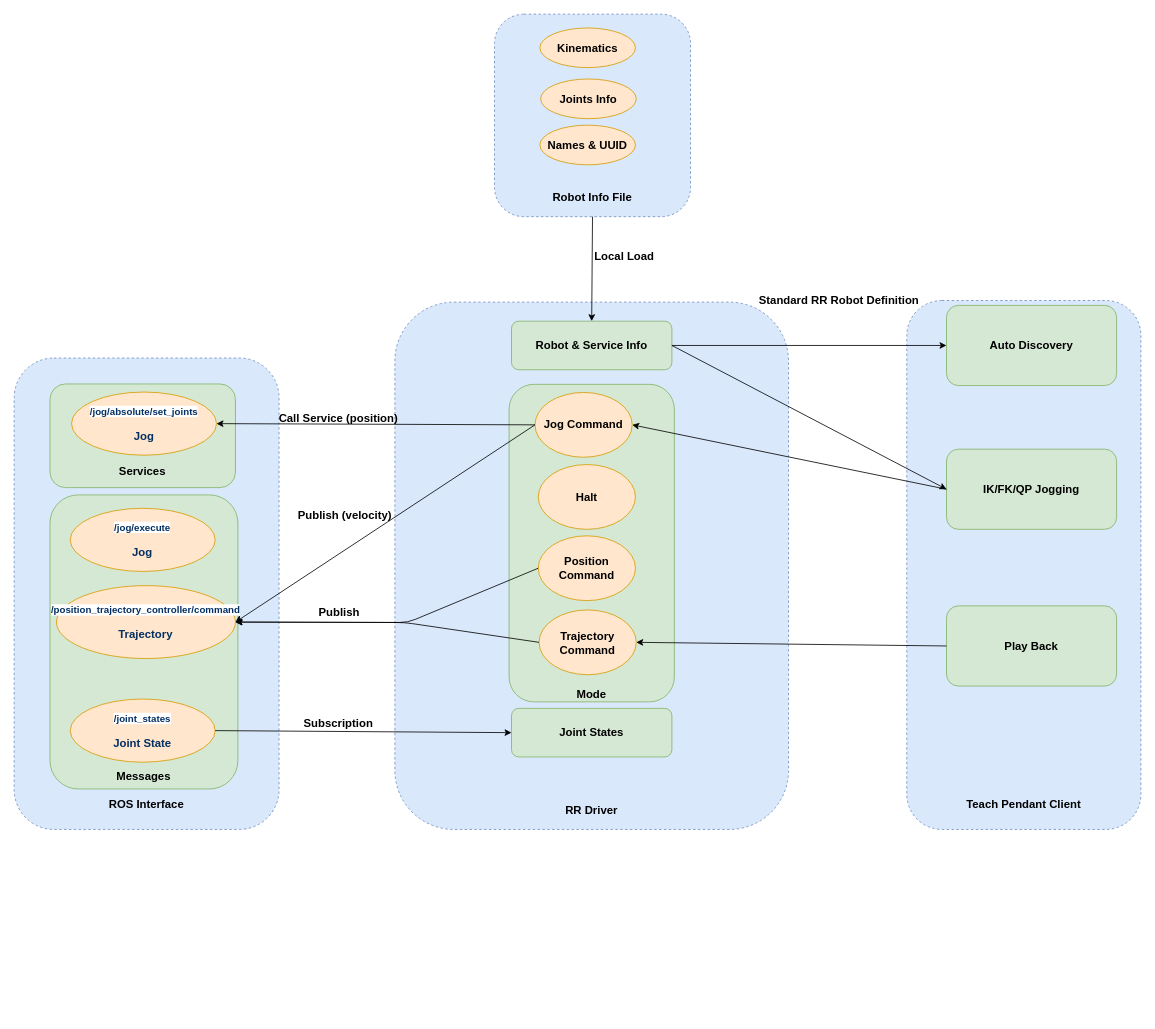
The draw.io diagram ROS_RR_bridge.drawio in hehonglu123/Tormach_RR_Driver, before the edit. Source tidied: cells renumbered, new cells numbered last; positions are measured from the earlier drawing's top-left corner, leaving out a move shared by most shapes. Both pictures are drawn from the tidied source at 81%, with x=0, y=0 at pixel (14, 14).
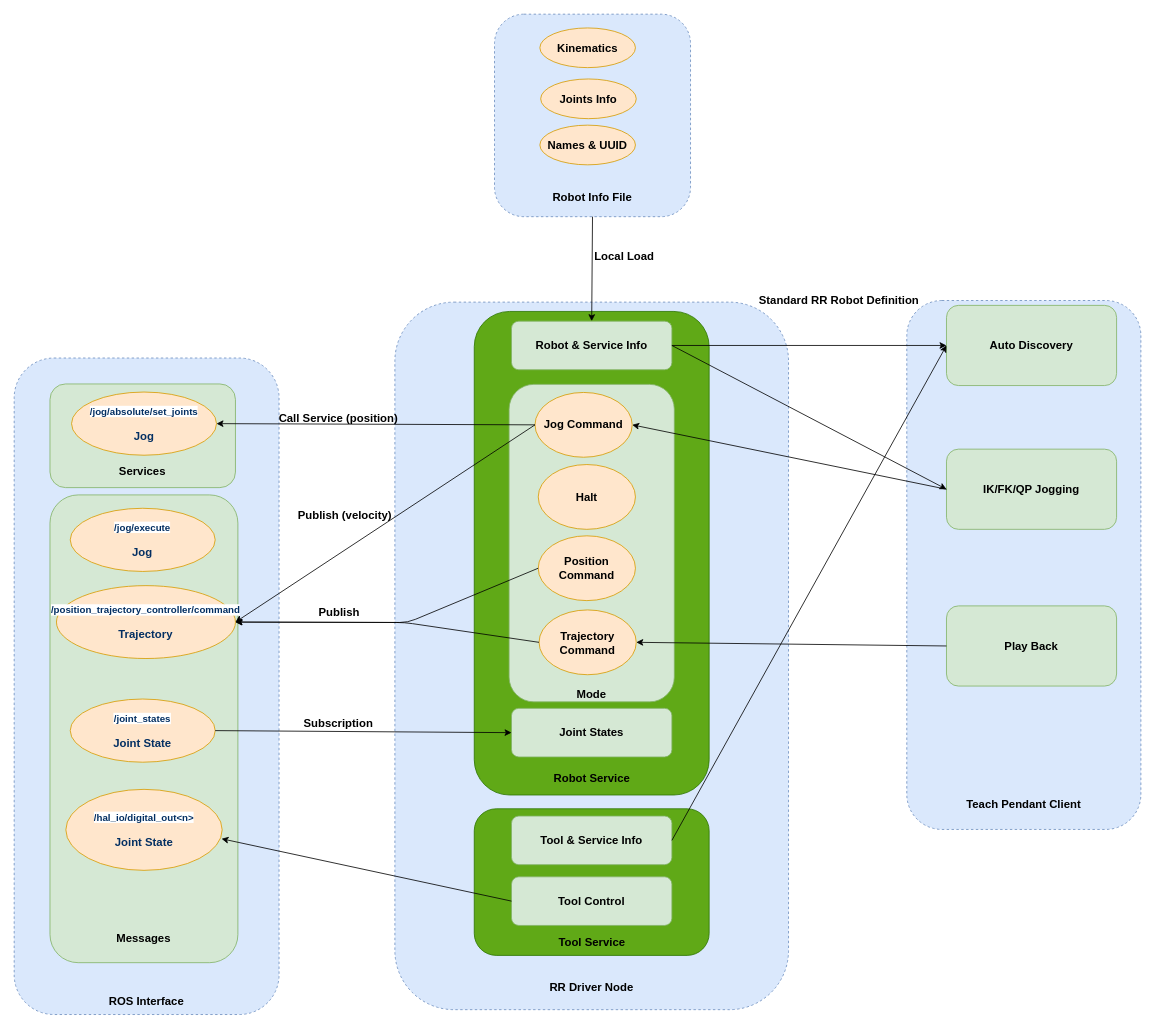
After the change.

Commit message (it also covers changes not shown here):
tool graph

The change refers to these unchanged cells:
```xml
<mxCell id="39" value="&lt;font style=&quot;font-size: 14px&quot;&gt;Auto Discovery&lt;/font&gt;" style="rounded=1;whiteSpace=wrap;html=1;fillColor=#d5e8d4;strokeColor=#82b366;fontStyle=1;" parent="1" vertex="1">
  <mxGeometry x="1151" y="359.5" width="210" height="99" as="geometry" />
</mxCell>
```

Diff of the diagram source:
```diff
@@
+    <mxCell id="12" value="&lt;br&gt;&lt;br&gt;&lt;br&gt;&lt;br&gt;&lt;br&gt;&lt;br&gt;&lt;br&gt;&lt;br&gt;&lt;br&gt;&lt;br&gt;&lt;br&gt;&lt;br&gt;&lt;br&gt;&lt;br&gt;&lt;br&gt;&lt;br&gt;&lt;br&gt;&lt;br&gt;&lt;br&gt;&lt;br&gt;&lt;br&gt;&lt;br&gt;&lt;br&gt;&lt;br&gt;&lt;br&gt;&lt;br&gt;&lt;br&gt;&lt;br&gt;&lt;br&gt;&lt;br&gt;&lt;br&gt;&lt;br&gt;&lt;br&gt;&lt;br&gt;&lt;br&gt;&lt;br&gt;&lt;br&gt;&lt;br&gt;&lt;br&gt;&lt;br&gt;&lt;br&gt;&lt;br&gt;&lt;br&gt;&lt;br&gt;&lt;br&gt;&lt;br&gt;&lt;br&gt;&lt;br&gt;&lt;br&gt;&lt;br&gt;&lt;br&gt;&lt;br&gt;&lt;br&gt;&lt;br&gt;&lt;br&gt;&lt;br&gt;&lt;br&gt;&lt;font style=&quot;font-size: 14px&quot;&gt;RR Driver Node&lt;/font&gt;" style="rounded=1;whiteSpace=wrap;html=1;dashed=1;fillColor=#dae8fc;strokeColor=#6c8ebf;fontStyle=1;" parent="1" vertex="1">
+      <mxGeometry x="470" y="355.5" width="486" height="873.5" as="geometry" />
+    </mxCell>
+    <mxCell id="41" style="rounded=1;whiteSpace=wrap;html=1;fillColor=#60a917;strokeColor=#2D7600;fontColor=#ffffff;" parent="1" vertex="1">
+      <mxGeometry x="568" y="367" width="290" height="597" as="geometry" />
+    </mxCell>
-    <mxCell id="2" value="&lt;br&gt;&lt;br&gt;&lt;br&gt;&lt;br&gt;&lt;br&gt;&lt;br&gt;&lt;br&gt;&lt;br&gt;&lt;br&gt;&lt;br&gt;&lt;br&gt;&lt;br&gt;&lt;br&gt;&lt;br&gt;&lt;br&gt;&lt;br&gt;&lt;br&gt;&lt;br&gt;&lt;br&gt;&lt;br&gt;&lt;br&gt;&lt;br&gt;&lt;br&gt;&lt;br&gt;&lt;br&gt;&lt;br&gt;&lt;br&gt;&lt;br&gt;&lt;br&gt;&lt;br&gt;&lt;br&gt;&lt;br&gt;&lt;br&gt;&lt;br&gt;&lt;br&gt;&lt;br&gt;&lt;font style=&quot;font-size: 14px&quot;&gt;ROS Interface&lt;/font&gt;" style="rounded=1;whiteSpace=wrap;html=1;dashed=1;fillColor=#dae8fc;strokeColor=#6c8ebf;fontStyle=1;" parent="1" vertex="1">
-      <mxGeometry y="424.5" width="327" height="582" as="geometry" />
+    <mxCell id="2" value="&lt;br&gt;&lt;br&gt;&lt;br&gt;&lt;br&gt;&lt;br&gt;&lt;br&gt;&lt;br&gt;&lt;br&gt;&lt;br&gt;&lt;br&gt;&lt;br&gt;&lt;br&gt;&lt;br&gt;&lt;br&gt;&lt;br&gt;&lt;br&gt;&lt;br&gt;&lt;br&gt;&lt;br&gt;&lt;br&gt;&lt;br&gt;&lt;br&gt;&lt;br&gt;&lt;br&gt;&lt;br&gt;&lt;br&gt;&lt;br&gt;&lt;br&gt;&lt;br&gt;&lt;br&gt;&lt;br&gt;&lt;br&gt;&lt;br&gt;&lt;br&gt;&lt;br&gt;&lt;br&gt;&lt;br&gt;&lt;br&gt;&lt;br&gt;&lt;br&gt;&lt;br&gt;&lt;br&gt;&lt;br&gt;&lt;br&gt;&lt;br&gt;&lt;br&gt;&lt;br&gt;&lt;br&gt;&lt;br&gt;&lt;br&gt;&lt;br&gt;&lt;br&gt;&lt;br&gt;&lt;br&gt;&lt;font style=&quot;font-size: 14px&quot;&gt;ROS Interface&lt;/font&gt;" style="rounded=1;whiteSpace=wrap;html=1;dashed=1;fillColor=#dae8fc;strokeColor=#6c8ebf;fontStyle=1;" parent="1" vertex="1">
+      <mxGeometry y="424.5" width="327" height="810.5" as="geometry" />
     </mxCell>
@@
-    <mxCell id="4" value="&lt;br&gt;&lt;br&gt;&lt;br&gt;&lt;br&gt;&lt;br&gt;&lt;br&gt;&lt;br&gt;&lt;br&gt;&lt;br&gt;&lt;br&gt;&lt;br&gt;&lt;br&gt;&lt;br&gt;&lt;br&gt;&lt;br&gt;&lt;br&gt;&lt;br&gt;&lt;br&gt;&lt;br&gt;&lt;br&gt;&lt;br&gt;&lt;br&gt;&lt;br&gt;&lt;font style=&quot;font-size: 14px&quot;&gt;Messages&lt;/font&gt;" style="rounded=1;whiteSpace=wrap;html=1;fillColor=#d5e8d4;strokeColor=#82b366;fontStyle=1;" parent="1" vertex="1">
-      <mxGeometry x="44.2" y="593.5" width="232" height="363" as="geometry" />
+    <mxCell id="4" value="&lt;br&gt;&lt;br&gt;&lt;br&gt;&lt;br&gt;&lt;br&gt;&lt;br&gt;&lt;br&gt;&lt;br&gt;&lt;br&gt;&lt;br&gt;&lt;br&gt;&lt;br&gt;&lt;br&gt;&lt;br&gt;&lt;br&gt;&lt;br&gt;&lt;br&gt;&lt;br&gt;&lt;br&gt;&lt;br&gt;&lt;br&gt;&lt;br&gt;&lt;br&gt;&lt;br&gt;&lt;br&gt;&lt;br&gt;&lt;br&gt;&lt;br&gt;&lt;br&gt;&lt;br&gt;&lt;br&gt;&lt;br&gt;&lt;br&gt;&lt;br&gt;&lt;br&gt;&lt;br&gt;&lt;font style=&quot;font-size: 14px&quot;&gt;Messages&lt;/font&gt;" style="rounded=1;whiteSpace=wrap;html=1;fillColor=#d5e8d4;strokeColor=#82b366;fontStyle=1;" parent="1" vertex="1">
+      <mxGeometry x="44.2" y="593.5" width="232" height="577.5" as="geometry" />
     </mxCell>
@@
-    <mxCell id="12" value="&lt;br&gt;&lt;br&gt;&lt;br&gt;&lt;br&gt;&lt;br&gt;&lt;br&gt;&lt;br&gt;&lt;br&gt;&lt;br&gt;&lt;br&gt;&lt;br&gt;&lt;br&gt;&lt;br&gt;&lt;br&gt;&lt;br&gt;&lt;br&gt;&lt;br&gt;&lt;br&gt;&lt;br&gt;&lt;br&gt;&lt;br&gt;&lt;br&gt;&lt;br&gt;&lt;br&gt;&lt;br&gt;&lt;br&gt;&lt;br&gt;&lt;br&gt;&lt;br&gt;&lt;br&gt;&lt;br&gt;&lt;br&gt;&lt;br&gt;&lt;br&gt;&lt;br&gt;&lt;br&gt;&lt;br&gt;&lt;br&gt;&lt;br&gt;&lt;br&gt;&lt;br&gt;&lt;br&gt;&lt;font style=&quot;font-size: 14px&quot;&gt;RR Driver&lt;/font&gt;" style="rounded=1;whiteSpace=wrap;html=1;dashed=1;fillColor=#dae8fc;strokeColor=#6c8ebf;fontStyle=1;" parent="1" vertex="1">
-      <mxGeometry x="470" y="355.5" width="486" height="651" as="geometry" />
-    </mxCell>
@@
+    <mxCell id="42" value="&lt;b&gt;&lt;font style=&quot;font-size: 14px&quot;&gt;Robot Service&lt;/font&gt;&lt;/b&gt;" style="text;html=1;strokeColor=none;fillColor=none;align=center;verticalAlign=middle;whiteSpace=wrap;rounded=0;" parent="1" vertex="1">
+      <mxGeometry x="661.5" y="933" width="103" height="20" as="geometry" />
+    </mxCell>
+    <mxCell id="43" style="rounded=1;whiteSpace=wrap;html=1;fillColor=#60a917;strokeColor=#2D7600;fontColor=#ffffff;" parent="1" vertex="1">
+      <mxGeometry x="568" y="981" width="290" height="181" as="geometry" />
+    </mxCell>
+    <mxCell id="44" value="&lt;font style=&quot;font-size: 14px&quot;&gt;Tool &amp;amp; Service Info&lt;/font&gt;" style="rounded=1;whiteSpace=wrap;html=1;fillColor=#d5e8d4;strokeColor=#82b366;fontStyle=1;" parent="1" vertex="1">
+      <mxGeometry x="614" y="990" width="198" height="60" as="geometry" />
+    </mxCell>
+    <mxCell id="45" value="&lt;font style=&quot;font-size: 14px&quot;&gt;Tool Control&lt;/font&gt;" style="rounded=1;whiteSpace=wrap;html=1;fillColor=#d5e8d4;strokeColor=#82b366;fontStyle=1;" parent="1" vertex="1">
+      <mxGeometry x="614" y="1065" width="198" height="60" as="geometry" />
+    </mxCell>
+    <mxCell id="46" value="&lt;b&gt;&lt;font style=&quot;font-size: 14px&quot;&gt;Tool Service&lt;/font&gt;&lt;/b&gt;" style="text;html=1;strokeColor=none;fillColor=none;align=center;verticalAlign=middle;whiteSpace=wrap;rounded=0;" parent="1" vertex="1">
+      <mxGeometry x="661.5" y="1136" width="103" height="20" as="geometry" />
+    </mxCell>
+    <mxCell id="47" value="&lt;span style=&quot;font-weight: 700 ; color: rgb(3 , 47 , 98) ; background-color: rgb(255 , 255 , 255)&quot;&gt;/&lt;/span&gt;&lt;span style=&quot;color: rgb(3 , 47 , 98) ; font-weight: 700 ; background-color: rgb(255 , 255 , 255)&quot;&gt;hal_io/digital_out&amp;lt;n&amp;gt;&lt;/span&gt;&lt;span style=&quot;font-weight: 700 ; color: rgb(3 , 47 , 98) ; background-color: rgb(255 , 255 , 255)&quot;&gt;&lt;br&gt;&lt;/span&gt;&lt;span style=&quot;font-weight: 700 ; color: rgb(3 , 47 , 98)&quot;&gt;&lt;br&gt;&lt;font style=&quot;font-size: 14px&quot;&gt;Joint State&lt;/font&gt;&lt;/span&gt;" style="ellipse;whiteSpace=wrap;html=1;fillColor=#ffe6cc;strokeColor=#d79b00;" parent="1" vertex="1">
+      <mxGeometry x="63.8" y="957" width="193" height="100" as="geometry" />
+    </mxCell>
+    <mxCell id="48" style="endArrow=classic;html=1;exitX=0;exitY=0.5;exitDx=0;exitDy=0;entryX=0.996;entryY=0.61;entryDx=0;entryDy=0;entryPerimeter=0;" parent="1" edge="1" source="45" target="47">
+      <mxGeometry relative="1" as="geometry" />
+    </mxCell>
+    <mxCell id="49" style="endArrow=classic;html=1;exitX=1;exitY=0.5;exitDx=0;exitDy=0;entryX=0;entryY=0.5;entryDx=0;entryDy=0;" parent="1" edge="1" source="44" target="39">
+      <mxGeometry relative="1" as="geometry" />
+    </mxCell>
```
